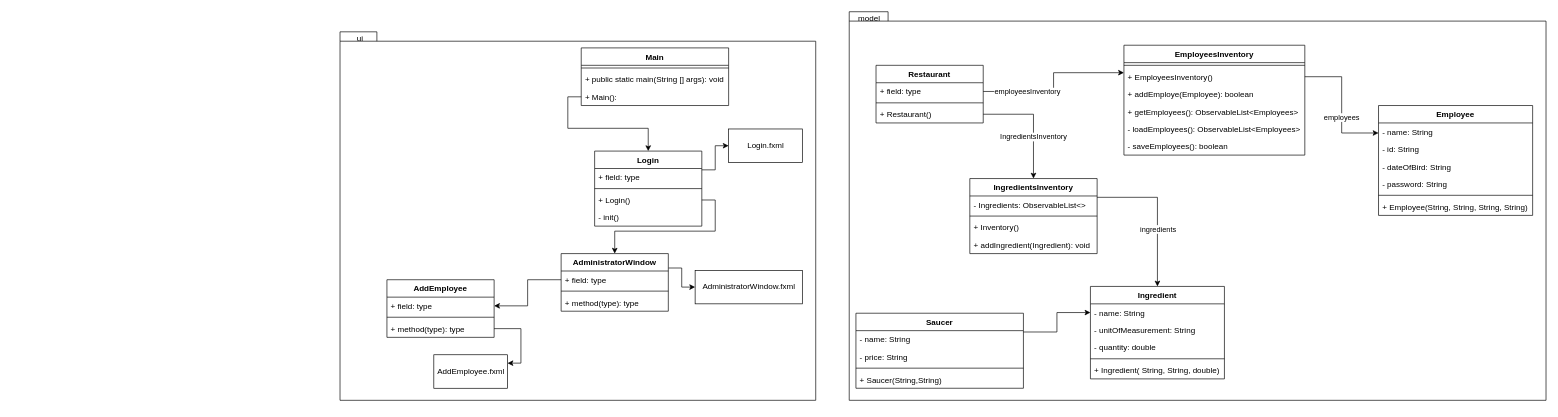
Earlier version of the draw.io diagram docs/classDiagram.drawio (Alexander940/firstIntegrativeTask). Source tidied: cells renumbered, new cells numbered last; positions are measured from the earlier drawing's top-left corner, leaving out a move shared by most shapes. Both pictures are drawn from the tidied source at 67%, with x=0, y=0 at pixel (340, 11).
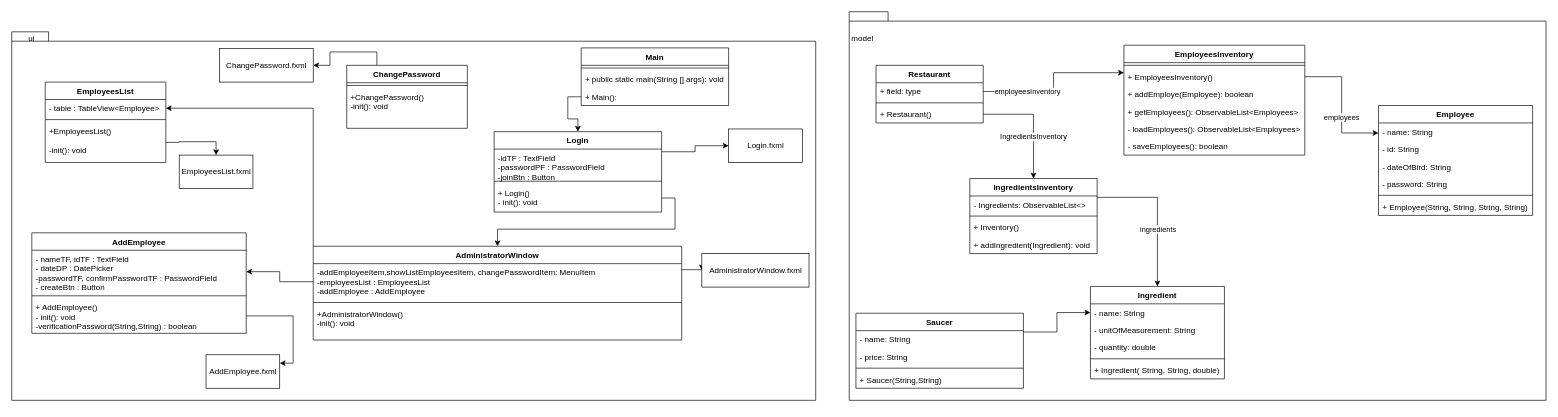
After the change.

The edit, as a diff of the source:
```diff
@@
     <mxCell id="2" style="shape=folder;fontStyle=1;spacingTop=10;tabWidth=40;tabHeight=14;tabPosition=left;html=1;" parent="1" vertex="1">
-      <mxGeometry y="30" width="710" height="550" as="geometry" />
+      <mxGeometry x="-490" y="30" width="1200" height="550" as="geometry" />
     </mxCell>
@@
     <mxCell id="4" value="ui" style="text;html=1;strokeColor=none;fillColor=none;align=center;verticalAlign=middle;whiteSpace=wrap;rounded=0;" parent="1" vertex="1">
-      <mxGeometry x="10" y="30" width="40" height="20" as="geometry" />
+      <mxGeometry x="-480" y="30" width="40" height="20" as="geometry" />
     </mxCell>
     <mxCell id="5" value="model" style="text;html=1;strokeColor=none;fillColor=none;align=center;verticalAlign=middle;whiteSpace=wrap;rounded=0;" parent="1" vertex="1">
-      <mxGeometry x="770" width="40" height="20" as="geometry" />
+      <mxGeometry x="760" y="30" width="40" height="20" as="geometry" />
     </mxCell>
@@
     <mxCell id="44" value="Login" style="swimlane;fontStyle=1;align=center;verticalAlign=top;horizontal=1;startSize=26;" parent="1" vertex="1">
-      <mxGeometry x="380" y="208" width="160" height="112" as="geometry" />
+      <mxGeometry x="230" y="179" width="250" height="120" as="geometry" />
     </mxCell>
-    <mxCell id="45" value="+ field: type" style="text;strokeColor=none;fillColor=none;align=left;verticalAlign=top;spacingLeft=4;spacingRight=4;overflow=hidden;" parent="44" vertex="1">
-      <mxGeometry y="26" width="160" height="26" as="geometry" />
+    <mxCell id="45" value="-idTF : TextField&#10;-passwordPF : PasswordField&#10;-joinBtn : Button" style="text;strokeColor=none;fillColor=none;align=left;verticalAlign=top;spacingLeft=4;spacingRight=4;overflow=hidden;" parent="44" vertex="1">
+      <mxGeometry y="26" width="250" height="44" as="geometry" />
     </mxCell>
     <mxCell id="46" style="line;strokeWidth=1;fillColor=none;align=left;verticalAlign=middle;spacingTop=-1;spacingLeft=3;spacingRight=3;labelPosition=right;" parent="44" vertex="1">
-      <mxGeometry y="52" width="160" height="8" as="geometry" />
+      <mxGeometry y="70" width="250" height="8" as="geometry" />
     </mxCell>
-    <mxCell id="47" value="+ Login()" style="text;strokeColor=none;fillColor=none;align=left;verticalAlign=top;spacingLeft=4;spacingRight=4;overflow=hidden;points=[[0,0.5],[1,0.5]];portConstraint=eastwest;" parent="44" vertex="1">
-      <mxGeometry y="60" width="160" height="26" as="geometry" />
+    <mxCell id="47" value="+ Login()&#10;- init(): void" style="text;strokeColor=none;fillColor=none;align=left;verticalAlign=top;spacingLeft=4;spacingRight=4;overflow=hidden;points=[[0,0.5],[1,0.5]];portConstraint=eastwest;" parent="44" vertex="1">
+      <mxGeometry y="78" width="250" height="42" as="geometry" />
     </mxCell>
-    <mxCell id="48" value="- init()" style="text;strokeColor=none;fillColor=none;align=left;verticalAlign=top;spacingLeft=4;spacingRight=4;overflow=hidden;" parent="44" vertex="1">
-      <mxGeometry y="86" width="160" height="26" as="geometry" />
-    </mxCell>
@@
+    <mxCell id="77" style="edgeStyle=orthogonalEdgeStyle;rounded=0;jettySize=auto;html=1;exitX=0;exitY=0;exitDx=0;exitDy=0;entryX=1;entryY=0.5;entryDx=0;entryDy=0;" parent="1" edge="1" source="59" target="79">
+      <mxGeometry relative="1" as="geometry" />
+    </mxCell>
     <mxCell id="59" value="AdministratorWindow" style="swimlane;fontStyle=1;align=center;verticalAlign=top;horizontal=1;startSize=26;" parent="1" vertex="1">
-      <mxGeometry x="330" y="361" width="160" height="86" as="geometry" />
+      <mxGeometry x="-40" y="350" width="550" height="140" as="geometry" />
     </mxCell>
-    <mxCell id="60" value="+ field: type" style="text;strokeColor=none;fillColor=none;align=left;verticalAlign=top;spacingLeft=4;spacingRight=4;overflow=hidden;points=[[0,0.5],[1,0.5]];portConstraint=eastwest;" parent="59" vertex="1">
-      <mxGeometry y="26" width="160" height="26" as="geometry" />
+    <mxCell id="60" value="-addEmployeeItem,showListEmployeesItem, changePasswordItem: MenuItem&#10;-employeesList : EmployeesList&#10;-addEmployee : AddEmployee" style="text;strokeColor=none;fillColor=none;align=left;verticalAlign=top;spacingLeft=4;spacingRight=4;overflow=hidden;points=[[0,0.5],[1,0.5]];portConstraint=eastwest;" parent="59" vertex="1">
+      <mxGeometry y="26" width="550" height="54" as="geometry" />
     </mxCell>
     <mxCell id="61" style="line;strokeWidth=1;fillColor=none;align=left;verticalAlign=middle;spacingTop=-1;spacingLeft=3;spacingRight=3;labelPosition=right;" parent="59" vertex="1">
-      <mxGeometry y="52" width="160" height="8" as="geometry" />
+      <mxGeometry y="80" width="550" height="8" as="geometry" />
     </mxCell>
-    <mxCell id="62" value="+ method(type): type" style="text;strokeColor=none;fillColor=none;align=left;verticalAlign=top;spacingLeft=4;spacingRight=4;overflow=hidden;" parent="59" vertex="1">
-      <mxGeometry y="60" width="160" height="26" as="geometry" />
+    <mxCell id="62" value="+AdministratorWindow()&#10;-init(): void" style="text;strokeColor=none;fillColor=none;align=left;verticalAlign=top;spacingLeft=4;spacingRight=4;overflow=hidden;" parent="59" vertex="1">
+      <mxGeometry y="88" width="550" height="52" as="geometry" />
     </mxCell>
@@
     <mxCell id="64" value="AdministratorWindow.fxml" style="html=1;" parent="1" vertex="1">
-      <mxGeometry x="530" y="386" width="160" height="50" as="geometry" />
+      <mxGeometry x="540" y="361" width="160" height="50" as="geometry" />
     </mxCell>
     <mxCell id="65" value="AddEmployee" style="swimlane;fontStyle=1;align=center;verticalAlign=top;horizontal=1;startSize=26;" parent="1" vertex="1">
-      <mxGeometry x="70" y="400" width="160" height="86" as="geometry" />
+      <mxGeometry x="-460" y="330" width="320" height="150" as="geometry" />
     </mxCell>
-    <mxCell id="66" value="+ field: type" style="text;strokeColor=none;fillColor=none;align=left;verticalAlign=top;spacingLeft=4;spacingRight=4;overflow=hidden;points=[[0,0.5],[1,0.5]];portConstraint=eastwest;" parent="65" vertex="1">
-      <mxGeometry y="26" width="160" height="26" as="geometry" />
+    <mxCell id="66" value="- nameTF, idTF : TextField&#10;- dateDP : DatePicker&#10;-passwordTF, confirmPasswordTF : PasswordField&#10;- createBtn : Button" style="text;strokeColor=none;fillColor=none;align=left;verticalAlign=top;spacingLeft=4;spacingRight=4;overflow=hidden;points=[[0,0.5],[1,0.5]];portConstraint=eastwest;" parent="65" vertex="1">
+      <mxGeometry y="26" width="320" height="64" as="geometry" />
     </mxCell>
     <mxCell id="67" style="line;strokeWidth=1;fillColor=none;align=left;verticalAlign=middle;spacingTop=-1;spacingLeft=3;spacingRight=3;labelPosition=right;" parent="65" vertex="1">
-      <mxGeometry y="52" width="160" height="8" as="geometry" />
+      <mxGeometry y="90" width="320" height="8" as="geometry" />
     </mxCell>
-    <mxCell id="68" value="+ method(type): type" style="text;strokeColor=none;fillColor=none;align=left;verticalAlign=top;spacingLeft=4;spacingRight=4;overflow=hidden;points=[[0,0.5],[1,0.5]];portConstraint=eastwest;" parent="65" vertex="1">
-      <mxGeometry y="60" width="160" height="26" as="geometry" />
+    <mxCell id="68" value="+ AddEmployee()&#10;- init(): void&#10;-verificationPassword(String,String) : boolean" style="text;strokeColor=none;fillColor=none;align=left;verticalAlign=top;spacingLeft=4;spacingRight=4;overflow=hidden;points=[[0,0.5],[1,0.5]];portConstraint=eastwest;" parent="65" vertex="1">
+      <mxGeometry y="98" width="320" height="52" as="geometry" />
     </mxCell>
     <mxCell id="69" value="AddEmployee.fxml" style="html=1;" parent="1" vertex="1">
-      <mxGeometry x="140" y="512" width="110" height="50" as="geometry" />
+      <mxGeometry x="-200" y="512" width="110" height="50" as="geometry" />
     </mxCell>
@@
-    <mxCell id="76" style="edgeStyle=orthogonalEdgeStyle;rounded=0;orthogonalLoop=1;jettySize=auto;html=1;exitX=0.5;exitY=1;exitDx=0;exitDy=0;" parent="1" edge="1" source="5" target="5">
-      <mxGeometry relative="1" as="geometry" />
-    </mxCell>
+    <mxCell id="78" value="EmployeesList" style="swimlane;fontStyle=1;align=center;verticalAlign=top;horizontal=1;startSize=26;" parent="1" vertex="1">
+      <mxGeometry x="-440" y="105" width="180" height="120" as="geometry" />
+    </mxCell>
+    <mxCell id="79" value="- table : TableView&lt;Employee&gt;" style="text;strokeColor=none;fillColor=none;align=left;verticalAlign=top;spacingLeft=4;spacingRight=4;overflow=hidden;points=[[0,0.5],[1,0.5]];portConstraint=eastwest;" parent="78" vertex="1">
+      <mxGeometry y="26" width="180" height="26" as="geometry" />
+    </mxCell>
+    <mxCell id="80" style="line;strokeWidth=1;fillColor=none;align=left;verticalAlign=middle;spacingTop=-1;spacingLeft=3;spacingRight=3;labelPosition=right;" parent="78" vertex="1">
+      <mxGeometry y="52" width="180" height="8" as="geometry" />
+    </mxCell>
+    <mxCell id="81" value="+EmployeesList()&#10;&#10;-init(): void&#10;" style="text;strokeColor=none;fillColor=none;align=left;verticalAlign=top;spacingLeft=4;spacingRight=4;overflow=hidden;points=[[0,0.5],[1,0.5]];portConstraint=eastwest;" parent="78" vertex="1">
+      <mxGeometry y="60" width="180" height="60" as="geometry" />
+    </mxCell>
+    <mxCell id="82" value="EmployeesList.fxml" style="html=1;" parent="1" vertex="1">
+      <mxGeometry x="-240" y="214" width="110" height="50" as="geometry" />
+    </mxCell>
+    <mxCell id="83" style="edgeStyle=orthogonalEdgeStyle;rounded=0;jettySize=auto;html=1;exitX=1;exitY=0.5;exitDx=0;exitDy=0;entryX=0.5;entryY=0;entryDx=0;entryDy=0;" parent="1" edge="1" source="81" target="82">
+      <mxGeometry relative="1" as="geometry" />
+    </mxCell>
+    <mxCell id="84" style="edgeStyle=orthogonalEdgeStyle;rounded=0;jettySize=auto;html=1;exitX=0.25;exitY=0;exitDx=0;exitDy=0;entryX=1;entryY=0.5;entryDx=0;entryDy=0;" parent="1" edge="1" source="85" target="88">
+      <mxGeometry relative="1" as="geometry" />
+    </mxCell>
+    <mxCell id="85" value="ChangePassword" style="swimlane;fontStyle=1;align=center;verticalAlign=top;horizontal=1;startSize=26;" parent="1" vertex="1">
+      <mxGeometry x="10" y="80" width="180" height="94" as="geometry" />
+    </mxCell>
+    <mxCell id="86" style="line;strokeWidth=1;fillColor=none;align=left;verticalAlign=middle;spacingTop=-1;spacingLeft=3;spacingRight=3;labelPosition=right;" parent="85" vertex="1">
+      <mxGeometry y="26" width="180" height="8" as="geometry" />
+    </mxCell>
+    <mxCell id="87" value="+ChangePassword()&#10;-init(): void" style="text;strokeColor=none;fillColor=none;align=left;verticalAlign=top;spacingLeft=4;spacingRight=4;overflow=hidden;" parent="85" vertex="1">
+      <mxGeometry y="34" width="180" height="60" as="geometry" />
+    </mxCell>
+    <mxCell id="88" value="ChangePassword.fxml" style="html=1;" parent="1" vertex="1">
+      <mxGeometry x="-180" y="55" width="140" height="50" as="geometry" />
+    </mxCell>
```
